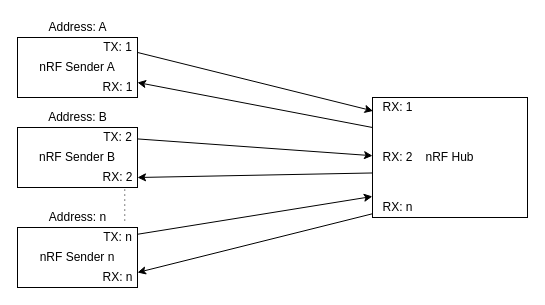
petrica/martinescu keeps this draw.io diagram as static/diagrams/homio-multi-nrf-diagram.drawio. Above is the earlier version. Source tidied: cells renumbered, new cells numbered last; positions are measured from the earlier drawing's top-left corner, leaving out a move shared by most shapes. Both pictures are drawn from the tidied source at 100%, with x=0, y=0 at pixel (17, 17).
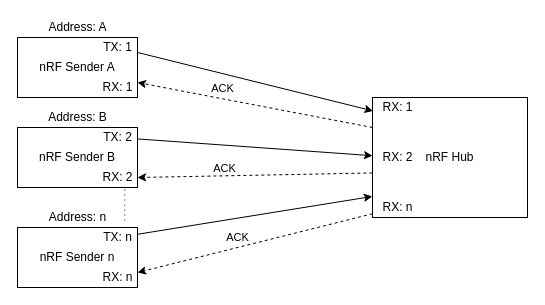
The same page after the edit.

Commit message:
Add ack lines homio-multi-nrf-diagram.drawio

Unchanged cells that the change refers to:
```xml
<mxCell id="2" value="nRF Sender A" style="rounded=0;whiteSpace=wrap;html=1;align=center;" parent="1" vertex="1">
  <mxGeometry y="20" width="120" height="60" as="geometry" />
</mxCell>
<mxCell id="9" value="nRF Sender n" style="rounded=0;whiteSpace=wrap;html=1;align=center;" parent="1" vertex="1">
  <mxGeometry y="210" width="120" height="60" as="geometry" />
</mxCell>
<mxCell id="20" value="nRF Hub" style="rounded=0;whiteSpace=wrap;html=1;" parent="1" vertex="1">
  <mxGeometry x="355" y="80" width="155" height="120" as="geometry" />
</mxCell>
<mxCell id="24" value="RX: n" style="text;html=1;align=center;verticalAlign=middle;points=[];strokeColor=none;" parent="1" vertex="1">
  <mxGeometry x="355" y="180" width="50" height="20" as="geometry" />
</mxCell>
```

The edit, as a diff of the source:
```diff
@@
-    <mxCell id="18" style="edgeStyle=none;rounded=0;jettySize=auto;html=1;exitX=0;exitY=0.25;exitDx=0;exitDy=0;entryX=1;entryY=0.75;entryDx=0;entryDy=0;endArrow=classic;endFill=1;" parent="1" edge="1" source="20" target="2">
+    <mxCell id="18" style="edgeStyle=none;rounded=0;jettySize=auto;html=1;exitX=0;exitY=0.25;exitDx=0;exitDy=0;entryX=1;entryY=0.75;entryDx=0;entryDy=0;endArrow=classic;endFill=1;dashed=1;" parent="1" edge="1" source="20" target="2">
       <mxGeometry relative="1" as="geometry" />
     </mxCell>
+    <mxCell id="25" value="ACK" style="edgeLabel;html=1;align=center;verticalAlign=middle;" parent="18" vertex="1">
+      <mxGeometry x="0.28" y="1" relative="1" as="geometry">
+        <mxPoint y="-12" as="offset" />
+      </mxGeometry>
+    </mxCell>
-    <mxCell id="19" style="edgeStyle=none;rounded=0;jettySize=auto;html=1;exitX=-0.001;exitY=0.629;exitDx=0;exitDy=0;endArrow=classic;endFill=1;exitPerimeter=0;" parent="1" edge="1" source="20">
+    <mxCell id="19" style="edgeStyle=none;rounded=0;jettySize=auto;html=1;exitX=-0.001;exitY=0.629;exitDx=0;exitDy=0;endArrow=classic;endFill=1;exitPerimeter=0;dashed=1;" parent="1" edge="1" source="20">
       <mxGeometry relative="1" as="geometry">
         <mxPoint x="120" y="160" as="targetPoint" />
       </mxGeometry>
     </mxCell>
+    <mxCell id="26" value="ACK" style="edgeLabel;html=1;align=center;verticalAlign=middle;" parent="19" vertex="1">
+      <mxGeometry x="0.26" y="-4" relative="1" as="geometry">
+        <mxPoint y="-4" as="offset" />
+      </mxGeometry>
+    </mxCell>
@@
-    <mxCell id="23" style="edgeStyle=none;rounded=0;jettySize=auto;html=1;endArrow=classic;endFill=1;entryX=1;entryY=0.75;entryDx=0;entryDy=0;" parent="1" edge="1" source="24" target="9">
+    <mxCell id="23" style="edgeStyle=none;rounded=0;jettySize=auto;html=1;endArrow=classic;endFill=1;entryX=1;entryY=0.75;entryDx=0;entryDy=0;dashed=1;" parent="1" edge="1" source="24" target="9">
       <mxGeometry relative="1" as="geometry" />
     </mxCell>
+    <mxCell id="27" value="ACK" style="edgeLabel;html=1;align=center;verticalAlign=middle;" parent="23" vertex="1">
+      <mxGeometry x="0.24" y="2" relative="1" as="geometry">
+        <mxPoint x="10" y="-15" as="offset" />
+      </mxGeometry>
+    </mxCell>
```
